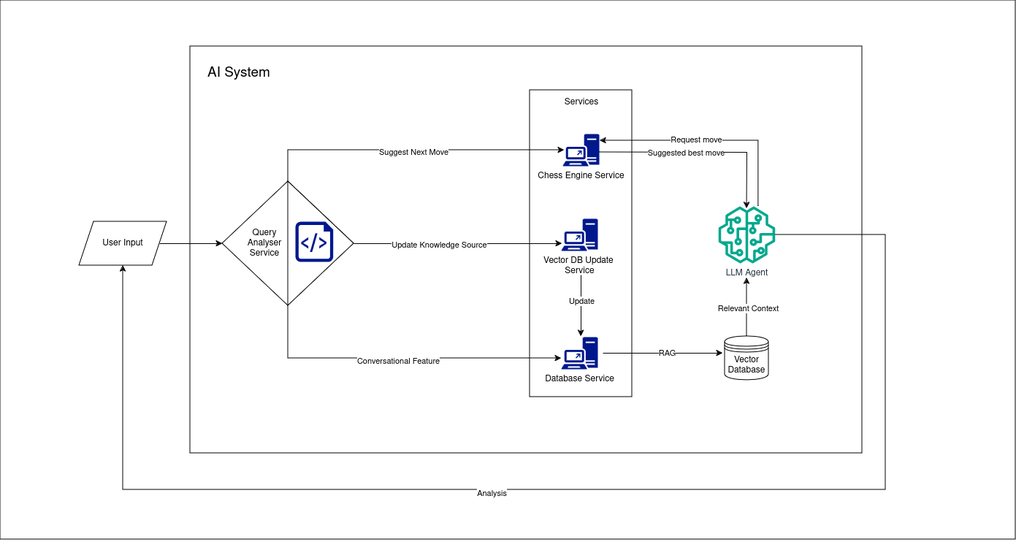
Above: draft_system_architecture_v1_0.png in TheOpenSI/CoSMIC (draw.io), before the change. Source tidied: cells renumbered, new cells last; positions are measured from the earlier drawing's top-left corner, leaving out a move shared by most shapes.
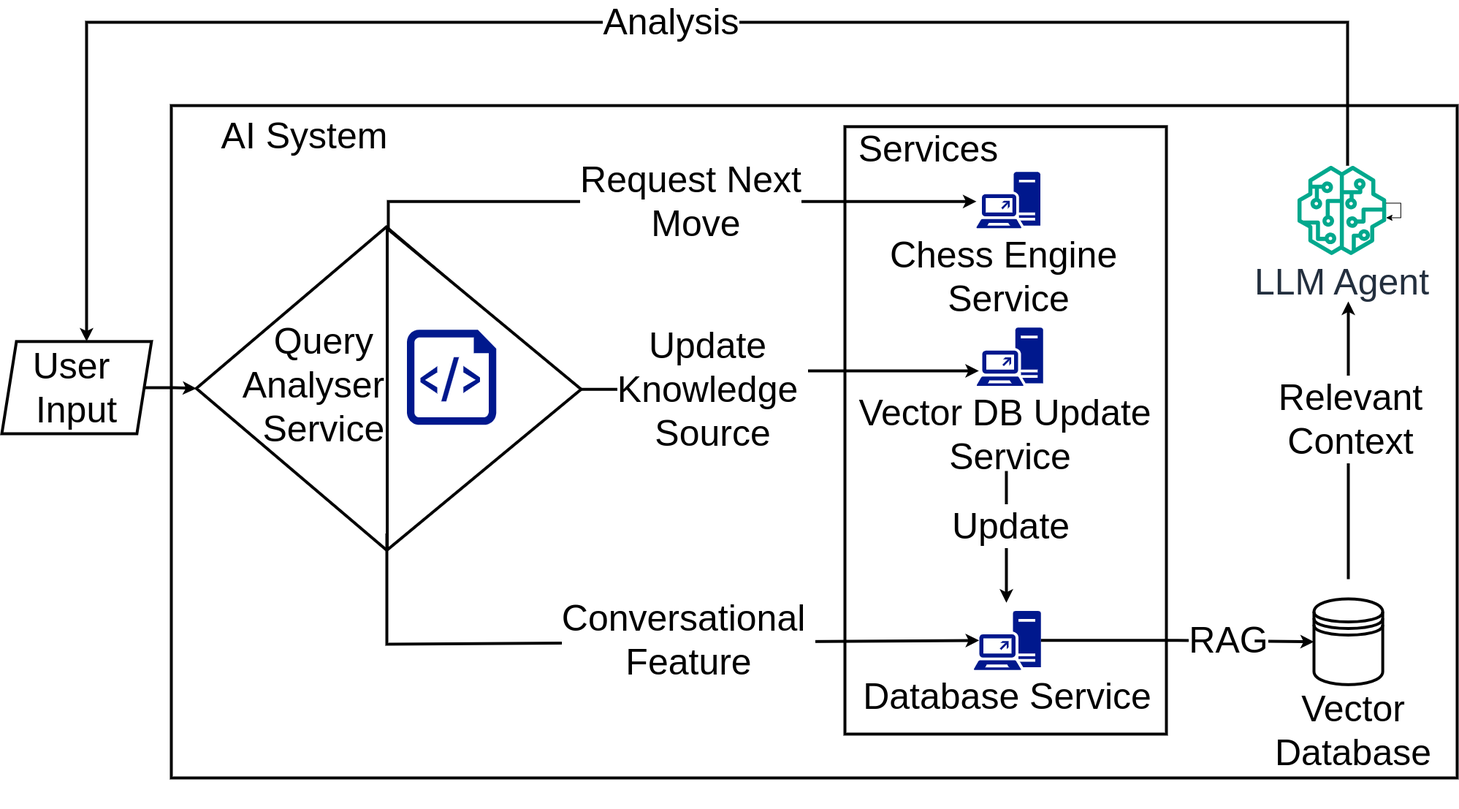
After the commit.

Change to the diagram source:
```diff
@@ -2,149 +2,140 @@
   <root>
     <mxCell id="0" />
     <mxCell id="1" parent="0" />
-    <mxCell id="2" style="group;" parent="1" vertex="1">
-      <mxGeometry x="108" y="63" width="1280" height="678" as="geometry" />
-    </mxCell>
-    <mxCell id="3" style="rounded=0;whiteSpace=wrap;html=1;" parent="2" vertex="1">
-      <mxGeometry x="-108" y="-63" width="1390" height="738" as="geometry" />
-    </mxCell>
-    <mxCell id="4" style="rounded=0;whiteSpace=wrap;html=1;" parent="2" vertex="1">
-      <mxGeometry x="152" width="920" height="557" as="geometry" />
+    <mxCell id="4" style="rounded=0;whiteSpace=wrap;html=1;fontSize=50;strokeWidth=4;" parent="1" vertex="1">
+      <mxGeometry x="-452" y="163" width="1760" height="920" as="geometry" />
     </mxCell>
-    <mxCell id="5" style="edgeStyle=orthogonalEdgeStyle;rounded=0;jettySize=auto;html=1;entryX=0;entryY=0.5;entryDx=0;entryDy=0;" parent="2" edge="1" source="6" target="30">
+    <mxCell id="5" style="edgeStyle=orthogonalEdgeStyle;rounded=0;jettySize=auto;html=1;entryX=0;entryY=0.5;entryDx=0;entryDy=0;fontSize=50;strokeWidth=4;" parent="1" edge="1" source="6" target="30">
       <mxGeometry relative="1" as="geometry" />
     </mxCell>
-    <mxCell id="6" value="User Input" style="shape=parallelogram;perimeter=parallelogramPerimeter;whiteSpace=wrap;html=1;fixedSize=1;" parent="2" vertex="1">
-      <mxGeometry y="240" width="120" height="60" as="geometry" />
+    <mxCell id="6" value="User&amp;nbsp;&lt;div style=&quot;font-size: 50px;&quot;&gt;Input&lt;/div&gt;" style="shape=parallelogram;perimeter=parallelogramPerimeter;whiteSpace=wrap;html=1;fixedSize=1;fontSize=50;strokeWidth=4;" parent="1" vertex="1">
+      <mxGeometry x="-684" y="485.8" width="204.9" height="126.2" as="geometry" />
     </mxCell>
-    <mxCell id="7" style="rounded=0;whiteSpace=wrap;html=1;" parent="2" vertex="1">
-      <mxGeometry x="617" y="60" width="140" height="420" as="geometry" />
+    <mxCell id="7" style="rounded=0;whiteSpace=wrap;html=1;fontSize=50;strokeWidth=4;" parent="1" vertex="1">
+      <mxGeometry x="470" y="191.8" width="440" height="831.2" as="geometry" />
     </mxCell>
-    <mxCell id="8" value="Services" style="text;html=1;align=center;verticalAlign=middle;whiteSpace=wrap;rounded=0;" parent="2" vertex="1">
-      <mxGeometry x="658" y="62" width="60" height="30" as="geometry" />
-    </mxCell>
-    <mxCell id="9" style="edgeStyle=orthogonalEdgeStyle;rounded=0;orthogonalLoop=1;jettySize=auto;html=1;" parent="2" edge="1">
-      <mxGeometry relative="1" as="geometry">
-        <mxPoint x="712" y="145" as="sourcePoint" />
-        <mxPoint x="914" y="222" as="targetPoint" />
-      </mxGeometry>
-    </mxCell>
-    <mxCell id="10" value="Suggested best move" style="edgeLabel;html=1;align=center;verticalAlign=middle;" parent="9" vertex="1">
-      <mxGeometry x="-0.15" relative="1" as="geometry" />
-    </mxCell>
-    <mxCell id="11" value="Chess Engine Service" style="sketch=0;shadow=0;dashed=0;html=1;strokeColor=none;labelPosition=center;verticalLabelPosition=bottom;verticalAlign=top;align=center;fillColor=#00188D;shape=mxgraph.mscae.enterprise.direct_access_feature;" parent="2" vertex="1">
-      <mxGeometry x="662" y="120" width="50" height="44" as="geometry" />
-    </mxCell>
-    <mxCell id="12" value="&lt;div&gt;Vector DB Update&amp;nbsp;&lt;/div&gt;&lt;div&gt;Service&lt;/div&gt;" style="sketch=0;shadow=0;dashed=0;html=1;strokeColor=none;labelPosition=center;verticalLabelPosition=bottom;verticalAlign=top;align=center;fillColor=#00188D;shape=mxgraph.mscae.enterprise.direct_access_feature;" parent="2" vertex="1">
-      <mxGeometry x="660" y="236" width="50" height="44" as="geometry" />
-    </mxCell>
-    <mxCell id="13" style="edgeStyle=orthogonalEdgeStyle;rounded=0;orthogonalLoop=1;jettySize=auto;html=1;" parent="2" edge="1">
-      <mxGeometry relative="1" as="geometry">
-        <mxPoint x="717" y="420" as="sourcePoint" />
-        <mxPoint x="881" y="420" as="targetPoint" />
-      </mxGeometry>
-    </mxCell>
-    <mxCell id="14" value="RAG" style="edgeLabel;html=1;align=center;verticalAlign=middle;" parent="13" vertex="1">
-      <mxGeometry x="0.06" y="1" relative="1" as="geometry" />
-    </mxCell>
-    <mxCell id="15" value="Database Service" style="sketch=0;shadow=0;dashed=0;html=1;strokeColor=none;labelPosition=center;verticalLabelPosition=bottom;verticalAlign=top;align=center;fillColor=#00188D;shape=mxgraph.mscae.enterprise.direct_access_feature;" parent="2" vertex="1">
-      <mxGeometry x="660" y="398" width="50" height="44" as="geometry" />
-    </mxCell>
-    <mxCell id="16" style="edgeStyle=orthogonalEdgeStyle;rounded=0;jettySize=auto;html=1;" parent="2" edge="1" source="18">
-      <mxGeometry relative="1" as="geometry">
-        <mxPoint x="914" y="317" as="targetPoint" />
-      </mxGeometry>
-    </mxCell>
-    <mxCell id="17" value="Relevant Context" style="edgeLabel;html=1;align=center;verticalAlign=middle;" parent="16" vertex="1">
-      <mxGeometry x="-0.01" y="-1" relative="1" as="geometry">
-        <mxPoint y="1" as="offset" />
-      </mxGeometry>
-    </mxCell>
-    <mxCell id="18" value="&lt;div&gt;Vector Database&lt;/div&gt;" style="shape=datastore;whiteSpace=wrap;html=1;" parent="2" vertex="1">
-      <mxGeometry x="884" y="397" width="60" height="60" as="geometry" />
-    </mxCell>
-    <mxCell id="19" style="edgeStyle=orthogonalEdgeStyle;rounded=0;jettySize=auto;html=1;exitX=0;exitY=1;exitDx=0;exitDy=0;exitPerimeter=0;" parent="2" edge="1" source="32" target="15">
-      <mxGeometry relative="1" as="geometry">
-        <Array as="points">
-          <mxPoint x="286" y="427" />
-        </Array>
-      </mxGeometry>
-    </mxCell>
-    <mxCell id="20" value="Conversational Feature" style="edgeLabel;html=1;align=center;verticalAlign=middle;" parent="19" vertex="1">
-      <mxGeometry x="-0.01" y="-3" relative="1" as="geometry" />
-    </mxCell>
-    <mxCell id="21" style="edgeStyle=orthogonalEdgeStyle;rounded=0;jettySize=auto;html=1;entryX=0.5;entryY=1;entryDx=0;entryDy=0;" parent="2" edge="1" source="23" target="6">
-      <mxGeometry relative="1" as="geometry">
-        <Array as="points">
-          <mxPoint x="1104" y="258" />
-          <mxPoint x="1104" y="607" />
-          <mxPoint x="60" y="607" />
-        </Array>
-      </mxGeometry>
-    </mxCell>
+    <mxCell id="39" style="edgeStyle=orthogonalEdgeStyle;rounded=0;jettySize=auto;html=1;fontSize=50;strokeWidth=4;" parent="1" edge="1" source="23">
+      <mxGeometry relative="1" as="geometry">
+        <mxPoint x="-568" y="485.8" as="targetPoint" />
+        <Array as="points">
+          <mxPoint x="1158" y="49" />
+          <mxPoint x="-568" y="49" />
+        </Array>
+      </mxGeometry>
+    </mxCell>
-    <mxCell id="22" value="Analysis" style="edgeLabel;html=1;align=center;verticalAlign=middle;" parent="21" vertex="1">
-      <mxGeometry x="0.12" y="4" relative="1" as="geometry" />
+    <mxCell id="22" value="&lt;span style=&quot;font-size: 50px;&quot;&gt;Analysis&lt;/span&gt;" style="edgeLabel;html=1;align=center;verticalAlign=middle;fontSize=50;" parent="39" vertex="1">
+      <mxGeometry x="-0.05" y="-2" relative="1" as="geometry">
+        <mxPoint x="-1" as="offset" />
+      </mxGeometry>
     </mxCell>
-    <mxCell id="23" value="&lt;div&gt;LLM Agent&lt;/div&gt;" style="sketch=0;outlineConnect=0;fontColor=#232F3E;gradientColor=none;fillColor=#01A88D;strokeColor=none;dashed=0;verticalLabelPosition=bottom;verticalAlign=top;align=center;html=1;fontSize=12;fontStyle=0;shape=mxgraph.aws4.sagemaker_model;" parent="2" vertex="1">
-      <mxGeometry x="875" y="219" width="78" height="78" as="geometry" />
+    <mxCell id="23" value="&lt;div style=&quot;font-size: 50px;&quot;&gt;LLM Agent&lt;/div&gt;" style="sketch=0;outlineConnect=0;fontColor=#232F3E;gradientColor=none;fillColor=#01A88D;strokeColor=none;dashed=0;verticalLabelPosition=bottom;verticalAlign=top;align=center;html=1;fontSize=50;fontStyle=0;shape=mxgraph.aws4.sagemaker_model;" parent="1" vertex="1">
+      <mxGeometry x="1089" y="245.3" width="122.3" height="122.3" as="geometry" />
     </mxCell>
-    <mxCell id="24" style="edgeStyle=orthogonalEdgeStyle;rounded=0;jettySize=auto;html=1;entryX=0.02;entryY=0.773;entryDx=0;entryDy=0;entryPerimeter=0;" parent="2" edge="1" source="32" target="12">
-      <mxGeometry relative="1" as="geometry" />
-    </mxCell>
-    <mxCell id="25" value="Update Knowledge Source" style="edgeLabel;html=1;align=center;verticalAlign=middle;" parent="24" vertex="1">
-      <mxGeometry x="-0.18" y="-1" relative="1" as="geometry" />
-    </mxCell>
-    <mxCell id="26" style="endArrow=classic;html=1;rounded=0;" parent="2" edge="1">
+    <mxCell id="26" style="endArrow=classic;html=1;rounded=0;fontSize=50;strokeWidth=4;endSize=6;startSize=28;exitX=0.448;exitY=2.455;exitDx=0;exitDy=0;exitPerimeter=0;" parent="1" edge="1" source="12">
       <mxGeometry relative="1" as="geometry">
-        <mxPoint x="687" y="313" as="sourcePoint" />
-        <mxPoint x="687" y="397" as="targetPoint" />
+        <mxPoint x="691" y="843.2" as="targetPoint" />
       </mxGeometry>
     </mxCell>
-    <mxCell id="27" value="Update" style="edgeLabel;html=1;align=center;verticalAlign=middle;" parent="26" vertex="1">
-      <mxGeometry x="-0.18" relative="1" as="geometry" />
+    <mxCell id="27" value="&lt;span style=&quot;font-size: 50px;&quot;&gt;Update&lt;/span&gt;" style="edgeLabel;html=1;align=center;verticalAlign=middle;fontSize=50;" parent="26" vertex="1">
+      <mxGeometry x="-0.13" y="2" relative="1" as="geometry">
+        <mxPoint x="3" y="-6" as="offset" />
+      </mxGeometry>
     </mxCell>
-    <mxCell id="28" style="edgeStyle=orthogonalEdgeStyle;rounded=0;jettySize=auto;html=1;entryX=0.04;entryY=0.5;entryDx=0;entryDy=0;entryPerimeter=0;" parent="2" edge="1" target="11">
-      <mxGeometry relative="1" as="geometry">
-        <mxPoint x="288" y="270" as="sourcePoint" />
-        <Array as="points">
-          <mxPoint x="286" y="270" />
-          <mxPoint x="286" y="142" />
-        </Array>
-      </mxGeometry>
-    </mxCell>
-    <mxCell id="29" value="Suggest Next Move" style="edgeLabel;html=1;align=center;verticalAlign=middle;" parent="28" vertex="1">
-      <mxGeometry x="0.18" y="-2" relative="1" as="geometry" />
-    </mxCell>
+    <mxCell id="36" value="&lt;font style=&quot;font-size: 50px;&quot;&gt;AI System&lt;/font&gt;" style="text;html=1;align=center;verticalAlign=middle;whiteSpace=wrap;rounded=0;fontSize=50;" parent="1" vertex="1">
+      <mxGeometry x="-389.5" y="166.6" width="239.5" height="74.5" as="geometry" />
+    </mxCell>
+    <mxCell id="40" style="group;fontSize=50;strokeWidth=4;" parent="1" vertex="1">
+      <mxGeometry x="-352" y="329" width="461" height="540" as="geometry" />
+    </mxCell>
+    <mxCell id="41" style="group;" parent="40" vertex="1">
+      <mxGeometry x="-65.8" width="526.8" height="442" as="geometry" />
+    </mxCell>
-    <mxCell id="30" style="rhombus;whiteSpace=wrap;html=1;" parent="2" vertex="1">
-      <mxGeometry x="196" y="185" width="180" height="170" as="geometry" />
+    <mxCell id="30" style="rhombus;whiteSpace=wrap;html=1;fontSize=50;strokeWidth=4;" parent="41" vertex="1">
+      <mxGeometry width="520.3" height="442" as="geometry" />
     </mxCell>
-    <mxCell id="31" style="group;" parent="2" vertex="1">
-      <mxGeometry x="224" y="185" width="152" height="170" as="geometry" />
+    <mxCell id="31" style="group;fontSize=50;strokeWidth=4;" parent="41" vertex="1">
+      <mxGeometry x="94.2" y="2.4" width="432.6" height="439.6" as="geometry" />
     </mxCell>
-    <mxCell id="32" style="triangle;whiteSpace=wrap;html=1;" parent="31" vertex="1">
-      <mxGeometry x="62" width="90" height="170" as="geometry" />
+    <mxCell id="32" style="triangle;whiteSpace=wrap;html=1;fontSize=50;strokeWidth=4;" parent="31" vertex="1">
+      <mxGeometry x="167.1" width="265.5" height="439.6" as="geometry" />
     </mxCell>
-    <mxCell id="33" style="group;" parent="31" vertex="1">
-      <mxGeometry y="55" width="123.7" height="55" as="geometry" />
+    <mxCell id="33" style="group;fontSize=50;" parent="31" vertex="1">
+      <mxGeometry y="138.3" width="333.4" height="142.2" as="geometry" />
     </mxCell>
-    <mxCell id="34" value="&lt;div&gt;Query&lt;/div&gt;&lt;div&gt;Analyser&lt;/div&gt;&lt;div&gt;Service&lt;br&gt;&lt;/div&gt;" style="text;html=1;align=center;verticalAlign=middle;whiteSpace=wrap;rounded=0;" parent="33" vertex="1">
-      <mxGeometry y="15" width="60" height="30" as="geometry" />
+    <mxCell id="34" value="&lt;div style=&quot;font-size: 50px;&quot;&gt;&amp;nbsp; Query&lt;/div&gt;&lt;div style=&quot;font-size: 50px;&quot;&gt;&lt;span style=&quot;background-color: initial;&quot;&gt;Analyser&lt;/span&gt;&lt;/div&gt;&lt;div style=&quot;font-size: 50px;&quot;&gt;&amp;nbsp; Service&lt;br style=&quot;font-size: 50px;&quot;&gt;&lt;/div&gt;" style="text;html=1;align=center;verticalAlign=middle;whiteSpace=wrap;rounded=0;fontSize=50;" parent="33" vertex="1">
+      <mxGeometry x="-14" y="36.5" width="161.7" height="77.6" as="geometry" />
     </mxCell>
-    <mxCell id="35" style="sketch=0;shadow=0;dashed=0;html=1;strokeColor=none;labelPosition=center;verticalLabelPosition=bottom;verticalAlign=top;align=center;fillColor=#00188D;shape=mxgraph.azure.script_file;" parent="33" vertex="1">
-      <mxGeometry x="72" width="51.7" height="55" as="geometry" />
+    <mxCell id="35" style="sketch=0;shadow=0;dashed=0;html=1;strokeColor=none;labelPosition=center;verticalLabelPosition=bottom;verticalAlign=top;align=center;fillColor=#00188D;shape=mxgraph.azure.script_file;fontSize=50;" parent="33" vertex="1">
+      <mxGeometry x="194.1" width="122.2" height="130" as="geometry" />
     </mxCell>
-    <mxCell id="36" value="&lt;font style=&quot;font-size: 19px;&quot;&gt;AI System&lt;/font&gt;" style="text;html=1;align=center;verticalAlign=middle;whiteSpace=wrap;rounded=0;" parent="2" vertex="1">
-      <mxGeometry x="174" y="7" width="90" height="60" as="geometry" />
-    </mxCell>
-    <mxCell id="37" style="edgeStyle=orthogonalEdgeStyle;rounded=0;jettySize=auto;html=1;entryX=1.02;entryY=0.205;entryDx=0;entryDy=0;entryPerimeter=0;" parent="2" edge="1" source="23" target="11">
-      <mxGeometry relative="1" as="geometry">
-        <Array as="points">
-          <mxPoint x="930" y="129" />
-        </Array>
-      </mxGeometry>
-    </mxCell>
-    <mxCell id="38" value="Request move" style="edgeLabel;html=1;align=center;verticalAlign=middle;" parent="37" vertex="1">
-      <mxGeometry x="0.14" y="-2" relative="1" as="geometry" />
-    </mxCell>
+    <mxCell id="42" value="&lt;span style=&quot;font-size: 50px;&quot;&gt;Vector Database&lt;/span&gt;" style="text;html=1;align=center;verticalAlign=middle;whiteSpace=wrap;rounded=0;fontSize=50;" parent="1" vertex="1">
+      <mxGeometry x="1135.9" y="911" width="60" height="214" as="geometry" />
+    </mxCell>
+    <mxCell id="43" style="edgeStyle=orthogonalEdgeStyle;rounded=0;jettySize=auto;html=1;fontSize=50;strokeWidth=4;" parent="1" edge="1" source="30" target="11">
+      <mxGeometry relative="1" as="geometry">
+        <Array as="points">
+          <mxPoint x="-155" y="294.2" />
+        </Array>
+      </mxGeometry>
+    </mxCell>
+    <mxCell id="44" value="&lt;font style=&quot;font-size: 50px;&quot;&gt;Request&amp;nbsp;&lt;/font&gt;&lt;span style=&quot;font-size: 50px;&quot;&gt;Next&lt;/span&gt;&lt;div style=&quot;font-size: 50px;&quot;&gt;&lt;font style=&quot;font-size: 50px;&quot;&gt;&amp;nbsp;Move&lt;/font&gt;&lt;/div&gt;" style="edgeLabel;html=1;align=center;verticalAlign=middle;fontSize=50;" parent="43" vertex="1">
+      <mxGeometry x="0.07" y="2" relative="1" as="geometry" />
+    </mxCell>
+    <mxCell id="24" style="edgeStyle=orthogonalEdgeStyle;rounded=0;jettySize=auto;html=1;entryX=0.034;entryY=0.742;entryDx=0;entryDy=0;entryPerimeter=0;fontSize=50;strokeWidth=4;" parent="1" edge="1" source="32" target="12">
+      <mxGeometry relative="1" as="geometry" />
+    </mxCell>
+    <mxCell id="25" value="&lt;span style=&quot;font-size: 50px;&quot;&gt;Update&amp;nbsp;&lt;/span&gt;&lt;div style=&quot;font-size: 50px;&quot;&gt;Knowledge&amp;nbsp;&lt;/div&gt;&lt;div style=&quot;font-size: 50px;&quot;&gt;Source&lt;/div&gt;" style="edgeLabel;html=1;align=center;verticalAlign=middle;fontSize=50;" parent="24" vertex="1">
+      <mxGeometry x="-0.26" y="2" relative="1" as="geometry">
+        <mxPoint x="-34" as="offset" />
+      </mxGeometry>
+    </mxCell>
+    <mxCell id="45" style="endArrow=classic;html=1;rounded=0;entryX=0.08;entryY=0.5;entryDx=0;entryDy=0;entryPerimeter=0;strokeWidth=4;fontSize=50;" parent="1" edge="1" target="15">
+      <mxGeometry relative="1" as="geometry">
+        <mxPoint x="-157" y="749" as="sourcePoint" />
+        <Array as="points">
+          <mxPoint x="-157" y="900" />
+        </Array>
+      </mxGeometry>
+    </mxCell>
+    <mxCell id="20" value="&lt;span style=&quot;font-size: 50px;&quot;&gt;Conversational&amp;nbsp;&lt;/span&gt;&lt;div style=&quot;font-size: 50px;&quot;&gt;Feature&lt;/div&gt;" style="edgeLabel;html=1;align=center;verticalAlign=middle;fontSize=50;" parent="45" vertex="1">
+      <mxGeometry x="0.13" y="5" relative="1" as="geometry">
+        <mxPoint x="18" as="offset" />
+      </mxGeometry>
+    </mxCell>
+    <mxCell id="46" style="edgeStyle=orthogonalEdgeStyle;rounded=0;orthogonalLoop=1;jettySize=auto;html=1;entryX=0.573;entryY=1.289;entryDx=0;entryDy=0;entryPerimeter=0;strokeWidth=4;fontSize=50;" parent="1" edge="1">
+      <mxGeometry relative="1" as="geometry">
+        <mxPoint x="1159" y="811" as="sourcePoint" />
+        <mxPoint x="1159" y="431" as="targetPoint" />
+      </mxGeometry>
+    </mxCell>
+    <mxCell id="17" value="&lt;span style=&quot;font-size: 50px;&quot;&gt;Relevant&lt;/span&gt;&lt;div style=&quot;font-size: 50px;&quot;&gt;Context&lt;/div&gt;" style="edgeLabel;html=1;align=center;verticalAlign=middle;fontSize=50;" parent="46" vertex="1">
+      <mxGeometry x="0.16" y="-2" relative="1" as="geometry" />
+    </mxCell>
+    <mxCell id="18" value="&lt;div style=&quot;font-size: 50px;&quot;&gt;&lt;br style=&quot;font-size: 50px;&quot;&gt;&lt;/div&gt;" style="shape=datastore;whiteSpace=wrap;html=1;fontSize=50;strokeWidth=4;" parent="1" vertex="1">
+      <mxGeometry x="1112" y="838" width="94.1" height="117.3" as="geometry" />
+    </mxCell>
+    <mxCell id="8" value="Services" style="text;html=1;align=center;verticalAlign=middle;whiteSpace=wrap;rounded=0;fontSize=50;" parent="1" vertex="1">
+      <mxGeometry x="543" y="203.3" width="82.9" height="37.2" as="geometry" />
+    </mxCell>
+    <mxCell id="11" value="Chess Engine&amp;nbsp;&lt;div&gt;Service&lt;/div&gt;" style="sketch=0;shadow=0;dashed=0;html=1;strokeColor=none;labelPosition=center;verticalLabelPosition=bottom;verticalAlign=top;align=center;fillColor=#00188D;shape=mxgraph.mscae.enterprise.direct_access_feature;fontSize=50;" parent="1" vertex="1">
+      <mxGeometry x="650" y="253.8" width="87.4" height="76.9" as="geometry" />
+    </mxCell>
+    <mxCell id="12" value="&lt;div style=&quot;font-size: 50px;&quot;&gt;Vector DB Update&amp;nbsp;&lt;/div&gt;&lt;div style=&quot;font-size: 50px;&quot;&gt;Service&lt;/div&gt;" style="sketch=0;shadow=0;dashed=0;html=1;strokeColor=none;labelPosition=center;verticalLabelPosition=bottom;verticalAlign=top;align=center;fillColor=#00188D;shape=mxgraph.mscae.enterprise.direct_access_feature;fontSize=50;" parent="1" vertex="1">
+      <mxGeometry x="650.3" y="466.7" width="90.9" height="80" as="geometry" />
+    </mxCell>
+    <mxCell id="47" style="edgeStyle=orthogonalEdgeStyle;rounded=0;jettySize=auto;html=1;entryX=0;entryY=0.5;entryDx=0;entryDy=0;strokeWidth=4;" parent="1" edge="1" source="15" target="18">
+      <mxGeometry relative="1" as="geometry" />
+    </mxCell>
+    <mxCell id="14" value="&lt;span style=&quot;font-size: 50px;&quot;&gt;RAG&lt;/span&gt;" style="edgeLabel;html=1;align=center;verticalAlign=middle;" parent="47" vertex="1">
+      <mxGeometry x="0.19" y="4" relative="1" as="geometry">
+        <mxPoint x="33" as="offset" />
+      </mxGeometry>
+    </mxCell>
+    <mxCell id="15" value="Database Service" style="sketch=0;shadow=0;dashed=0;html=1;strokeColor=none;labelPosition=center;verticalLabelPosition=bottom;verticalAlign=top;align=center;fillColor=#00188D;shape=mxgraph.mscae.enterprise.direct_access_feature;fontSize=50;" parent="1" vertex="1">
+      <mxGeometry x="646.3" y="854.4" width="91.9" height="80.9" as="geometry" />
+    </mxCell>
+    <mxCell id="48" style="edgeStyle=orthogonalEdgeStyle;rounded=0;orthogonalLoop=1;jettySize=auto;html=1;" parent="1" edge="1" source="23" target="23">
+      <mxGeometry relative="1" as="geometry" />
+    </mxCell>
   </root>
 </mxGraphModel>
```
